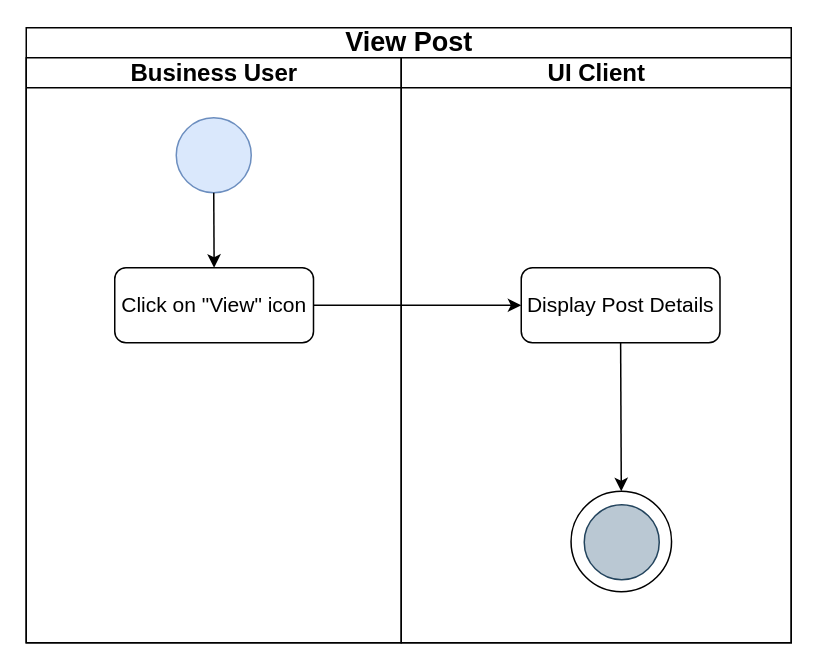
phduong21/Travelako keeps this draw.io diagram as page "View Travel - User Case" (8 of 8) of Diagram/Achitecture-FT-Traveloka.drawio. Above is the earlier version. Source tidied: cells renumbered, new cells numbered last; positions are measured from the earlier drawing's top-left corner, leaving out a move shared by most shapes. Both pictures are drawn from the tidied source at 150%, with x=0, y=0 at pixel (26, 27).
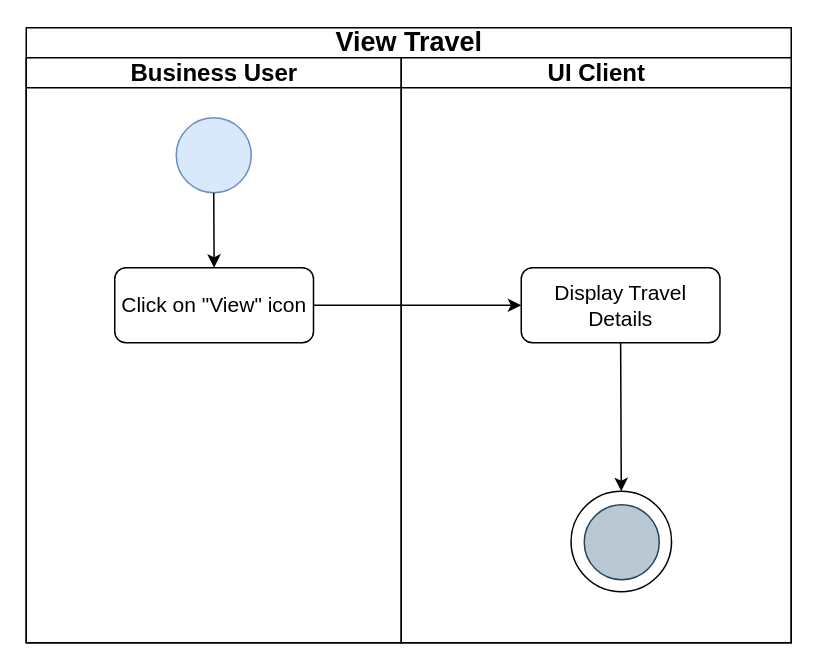
After the change.

Commit message (it also covers changes not shown here):
add User Personalization, Update Travel, Delate Travel diagram

Diff of the diagram source:
```diff
@@
 <mxGraphModel>
   <root>
     <mxCell id="0" />
     <mxCell id="1" parent="0" />
-    <mxCell id="2" value="&lt;font style=&quot;font-size: 18px;&quot;&gt;View Post&lt;/font&gt;" style="swimlane;startSize=20;html=1;" parent="1" vertex="1">
+    <mxCell id="2" value="&lt;font style=&quot;font-size: 18px;&quot;&gt;View Travel&lt;/font&gt;" style="swimlane;startSize=20;html=1;" parent="1" vertex="1">
       <mxGeometry width="510" height="410" as="geometry" />
     </mxCell>
     <mxCell id="3" value="&lt;font style=&quot;font-size: 16px;&quot;&gt;Business User&lt;/font&gt;" style="swimlane;startSize=20;html=1;" parent="2" vertex="1">
       <mxGeometry y="20" width="250" height="390" as="geometry" />
     </mxCell>
     <mxCell id="4" style="ellipse;whiteSpace=wrap;html=1;fillColor=#dae8fc;strokeColor=#6c8ebf;" parent="3" vertex="1">
       <mxGeometry x="100" y="40" width="50" height="50" as="geometry" />
     </mxCell>
     <mxCell id="5" value="Click on &quot;View&quot; icon" style="rounded=1;whiteSpace=wrap;html=1;fontSize=14;" parent="3" vertex="1">
       <mxGeometry x="59" y="140" width="132.5" height="50" as="geometry" />
     </mxCell>
     <mxCell id="6" style="endArrow=classic;html=1;rounded=0;exitX=0.5;exitY=1;exitDx=0;exitDy=0;entryX=0.5;entryY=0;entryDx=0;entryDy=0;" parent="3" edge="1" source="4" target="5">
       <mxGeometry relative="1" as="geometry" />
     </mxCell>
     <mxCell id="7" value="&lt;font style=&quot;font-size: 16px;&quot;&gt;UI Client&lt;/font&gt;" style="swimlane;startSize=20;html=1;" parent="2" vertex="1">
       <mxGeometry x="250" y="20" width="260" height="390" as="geometry" />
     </mxCell>
-    <mxCell id="8" value="Display Post Details" style="rounded=1;whiteSpace=wrap;html=1;fontSize=14;" parent="7" vertex="1">
+    <mxCell id="8" value="Display Travel Details" style="rounded=1;whiteSpace=wrap;html=1;fontSize=14;" parent="7" vertex="1">
       <mxGeometry x="80" y="140" width="132.5" height="50" as="geometry" />
     </mxCell>
     <mxCell id="9" style="endArrow=classic;html=1;rounded=0;exitX=0.5;exitY=1;exitDx=0;exitDy=0;entryX=0.5;entryY=0;entryDx=0;entryDy=0;" parent="7" edge="1" source="8" target="11">
       <mxGeometry relative="1" as="geometry" />
     </mxCell>
     <mxCell id="10" style="group;" parent="7" vertex="1">
       <mxGeometry x="113.2" y="289" width="67" height="67" as="geometry" />
     </mxCell>
     <mxCell id="11" style="ellipse;whiteSpace=wrap;html=1;" parent="10" vertex="1">
       <mxGeometry width="67" height="67" as="geometry" />
     </mxCell>
     <mxCell id="12" style="ellipse;whiteSpace=wrap;html=1;fillColor=#bac8d3;strokeColor=#23445d;" parent="10" vertex="1">
       <mxGeometry x="8.8" y="9" width="50" height="50" as="geometry" />
     </mxCell>
     <mxCell id="13" style="endArrow=classic;html=1;rounded=0;exitX=1;exitY=0.5;exitDx=0;exitDy=0;entryX=0;entryY=0.5;entryDx=0;entryDy=0;" parent="2" edge="1" source="5" target="8">
       <mxGeometry relative="1" as="geometry">
         <Array as="points">
           <mxPoint x="260" y="185" />
         </Array>
       </mxGeometry>
     </mxCell>
   </root>
 </mxGraphModel>
```
